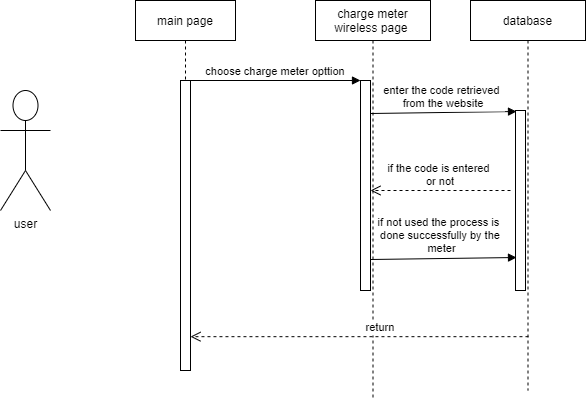
The draw.io diagram sequence2.png in shamaabuhassan/Charts, before a commit. Source tidied: cells renumbered, new cells last; positions are measured from the earlier drawing's top-left corner, leaving out a move shared by most shapes.
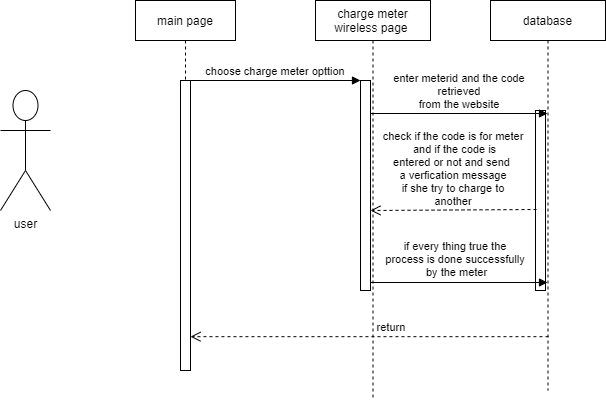
The same diagram one commit later.

Diff of the diagram source:
```diff
@@ -24,27 +24,24 @@
       <mxGeometry y="90" width="50" height="120" as="geometry" />
     </mxCell>
     <mxCell id="9" value="database" style="shape=umlLifeline;perimeter=lifelinePerimeter;rounded=0;shadow=0;strokeWidth=1;" parent="1" vertex="1">
-      <mxGeometry x="470" width="115" height="390" as="geometry" />
+      <mxGeometry x="490" width="115" height="390" as="geometry" />
     </mxCell>
     <mxCell id="10" style="points=[];perimeter=orthogonalPerimeter;rounded=0;shadow=0;strokeWidth=1;" parent="9" vertex="1">
       <mxGeometry x="45" y="110" width="10" height="180" as="geometry" />
     </mxCell>
-    <mxCell id="11" value="enter the code retrieved &#10;from the website" style="verticalAlign=bottom;endArrow=block;shadow=0;strokeWidth=1;entryX=0.1;entryY=0.175;entryDx=0;entryDy=0;entryPerimeter=0;" parent="1" edge="1">
+    <mxCell id="11" value="enter meterid and the code&#10; retrieved &#10;from the website" style="verticalAlign=bottom;endArrow=block;shadow=0;strokeWidth=1;" parent="1" edge="1" target="9">
       <mxGeometry relative="1" as="geometry">
         <mxPoint x="370" y="113" as="sourcePoint" />
-        <mxPoint x="516" y="111" as="targetPoint" />
       </mxGeometry>
     </mxCell>
-    <mxCell id="12" value="if the code is entered &#10;or not" style="verticalAlign=bottom;endArrow=open;dashed=1;endSize=8;shadow=0;strokeWidth=1;" parent="1" edge="1">
+    <mxCell id="12" value="check if the code is for meter&#10; and if the code is &#10;entered or not and send &#10;a verfication message&#10;if she try to charge to&#10;another" style="verticalAlign=bottom;endArrow=open;dashed=1;endSize=8;shadow=0;strokeWidth=1;exitX=0.1;exitY=0.55;exitDx=0;exitDy=0;exitPerimeter=0;" parent="1" edge="1" source="10">
       <mxGeometry relative="1" as="geometry">
-        <mxPoint x="510" y="190" as="sourcePoint" />
-        <mxPoint x="370" y="190" as="targetPoint" />
+        <mxPoint x="370" y="210" as="targetPoint" />
       </mxGeometry>
     </mxCell>
-    <mxCell id="13" value="if not used the process is &#10;done successfully by the&#10; meter" style="verticalAlign=bottom;endArrow=block;shadow=0;strokeWidth=1;entryX=0.1;entryY=0.175;entryDx=0;entryDy=0;entryPerimeter=0;" parent="1" edge="1">
+    <mxCell id="13" value="if every thing true the &#10;process is done successfully&#10; by the meter" style="verticalAlign=bottom;endArrow=block;shadow=0;strokeWidth=1;" parent="1" edge="1" target="9">
       <mxGeometry x="-0.04" y="1" relative="1" as="geometry">
-        <mxPoint x="370" y="259" as="sourcePoint" />
-        <mxPoint x="516" y="257" as="targetPoint" />
+        <mxPoint x="370" y="282" as="sourcePoint" />
       </mxGeometry>
     </mxCell>
   </root>
```
